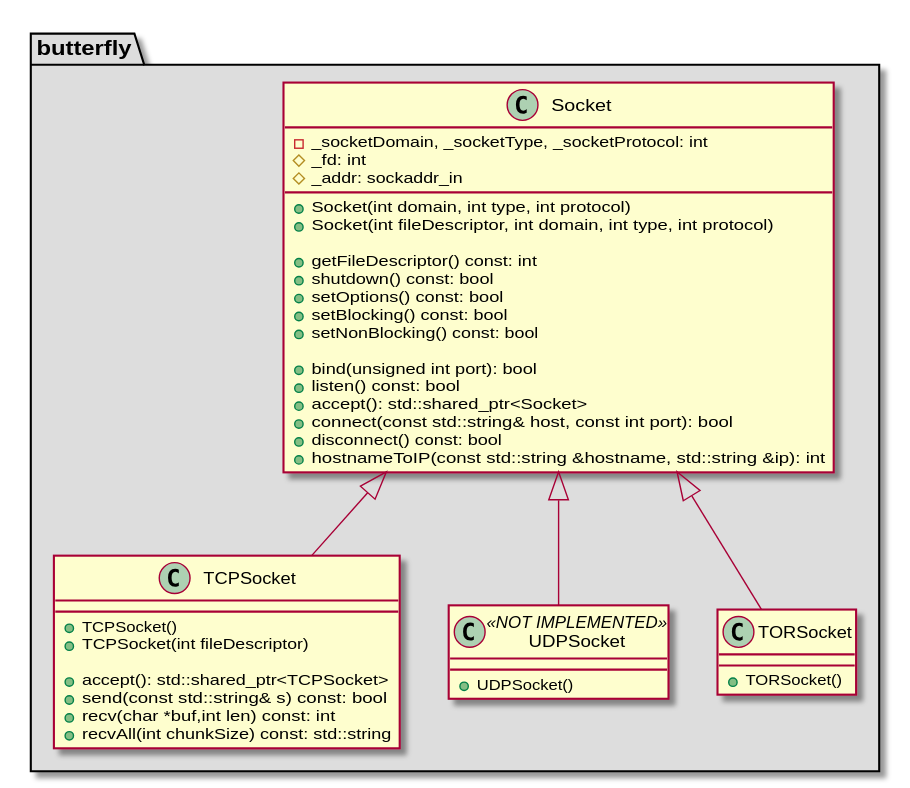
This is architecture/class_diagrams/sockets.svg from bierschi/butterfly, a PlantUML export, as it was before one commit.
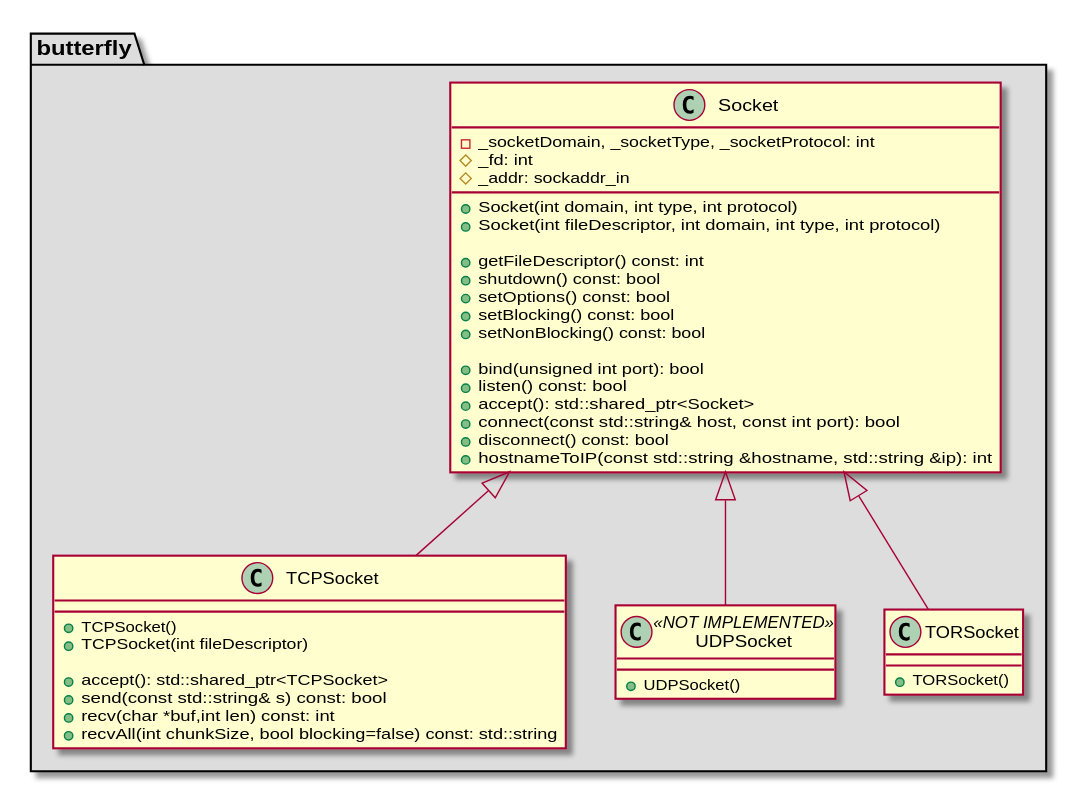
Above is the later version.

Change to the diagram source:
```diff
@@ -35,7 +35,7 @@
     + accept(): std::shared_ptr<TCPSocket>
     + send(const std::string& s) const: bool
     + recv(char *buf,int len) const: int
-    + recvAll(int chunkSize) const: std::string
+    + recvAll(int chunkSize, bool blocking=false) const: std::string
 }
 
 class UDPSocket <<NOT IMPLEMENTED>>
```
